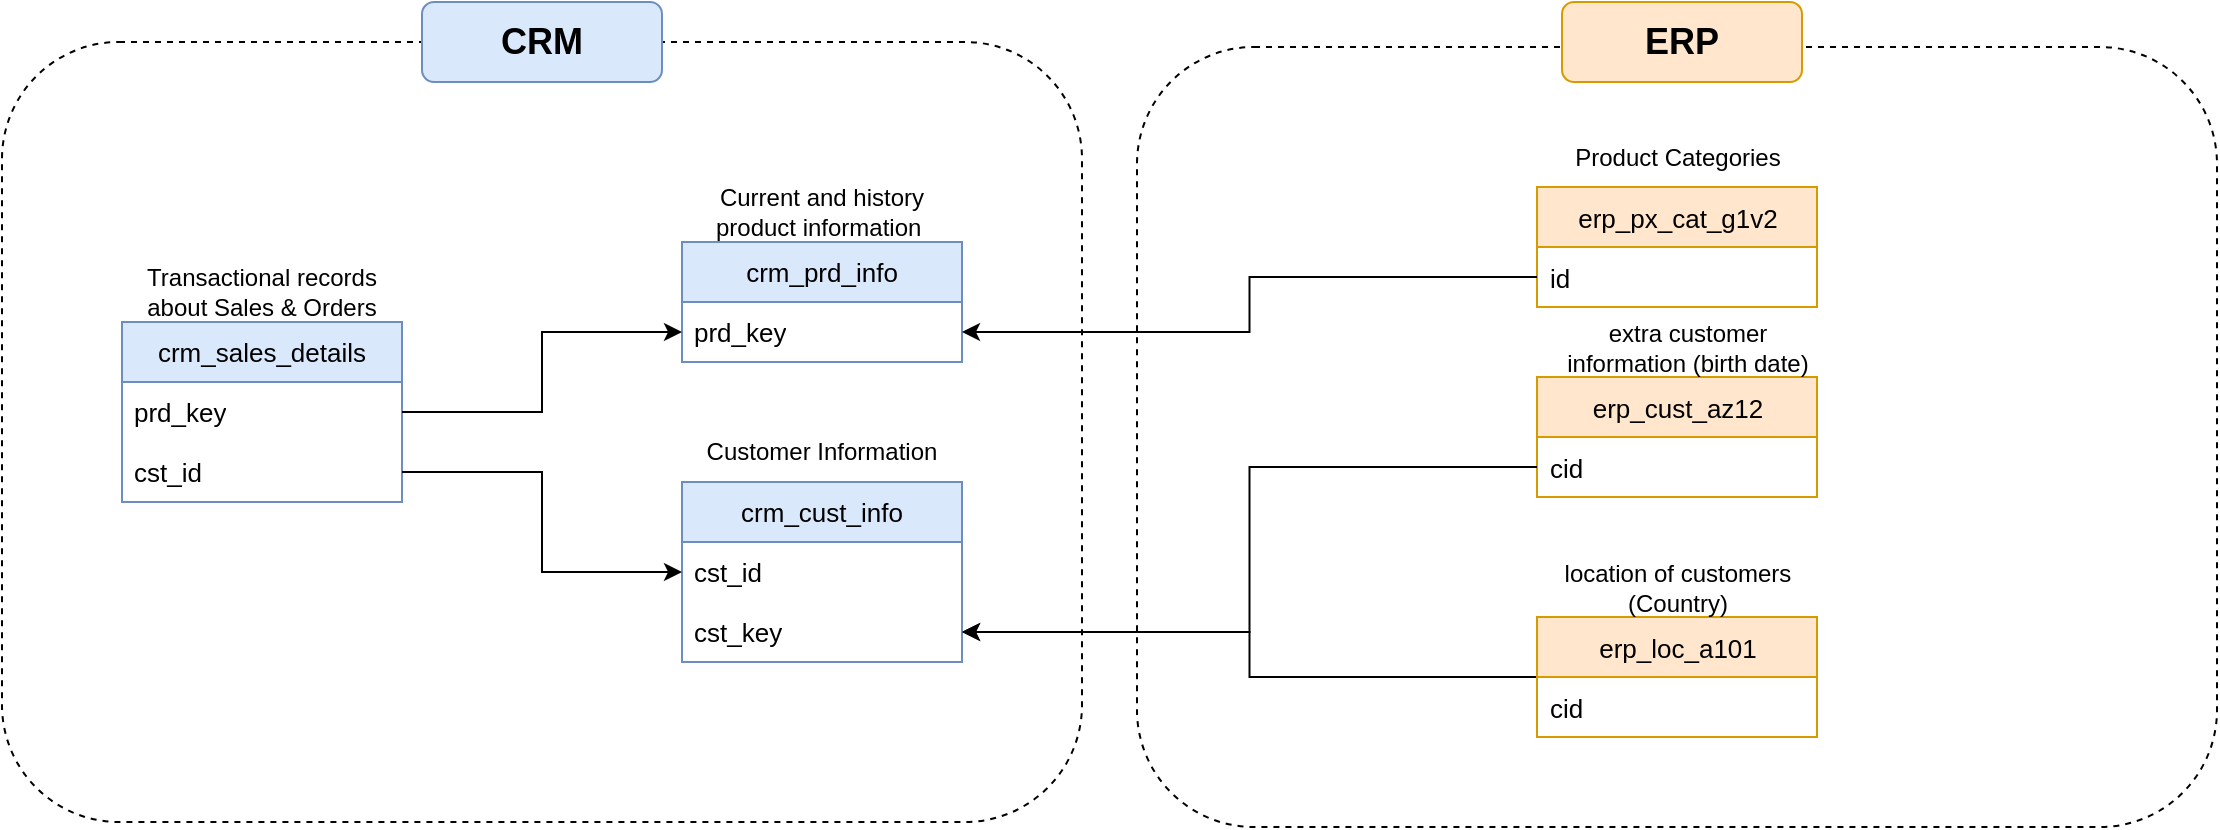
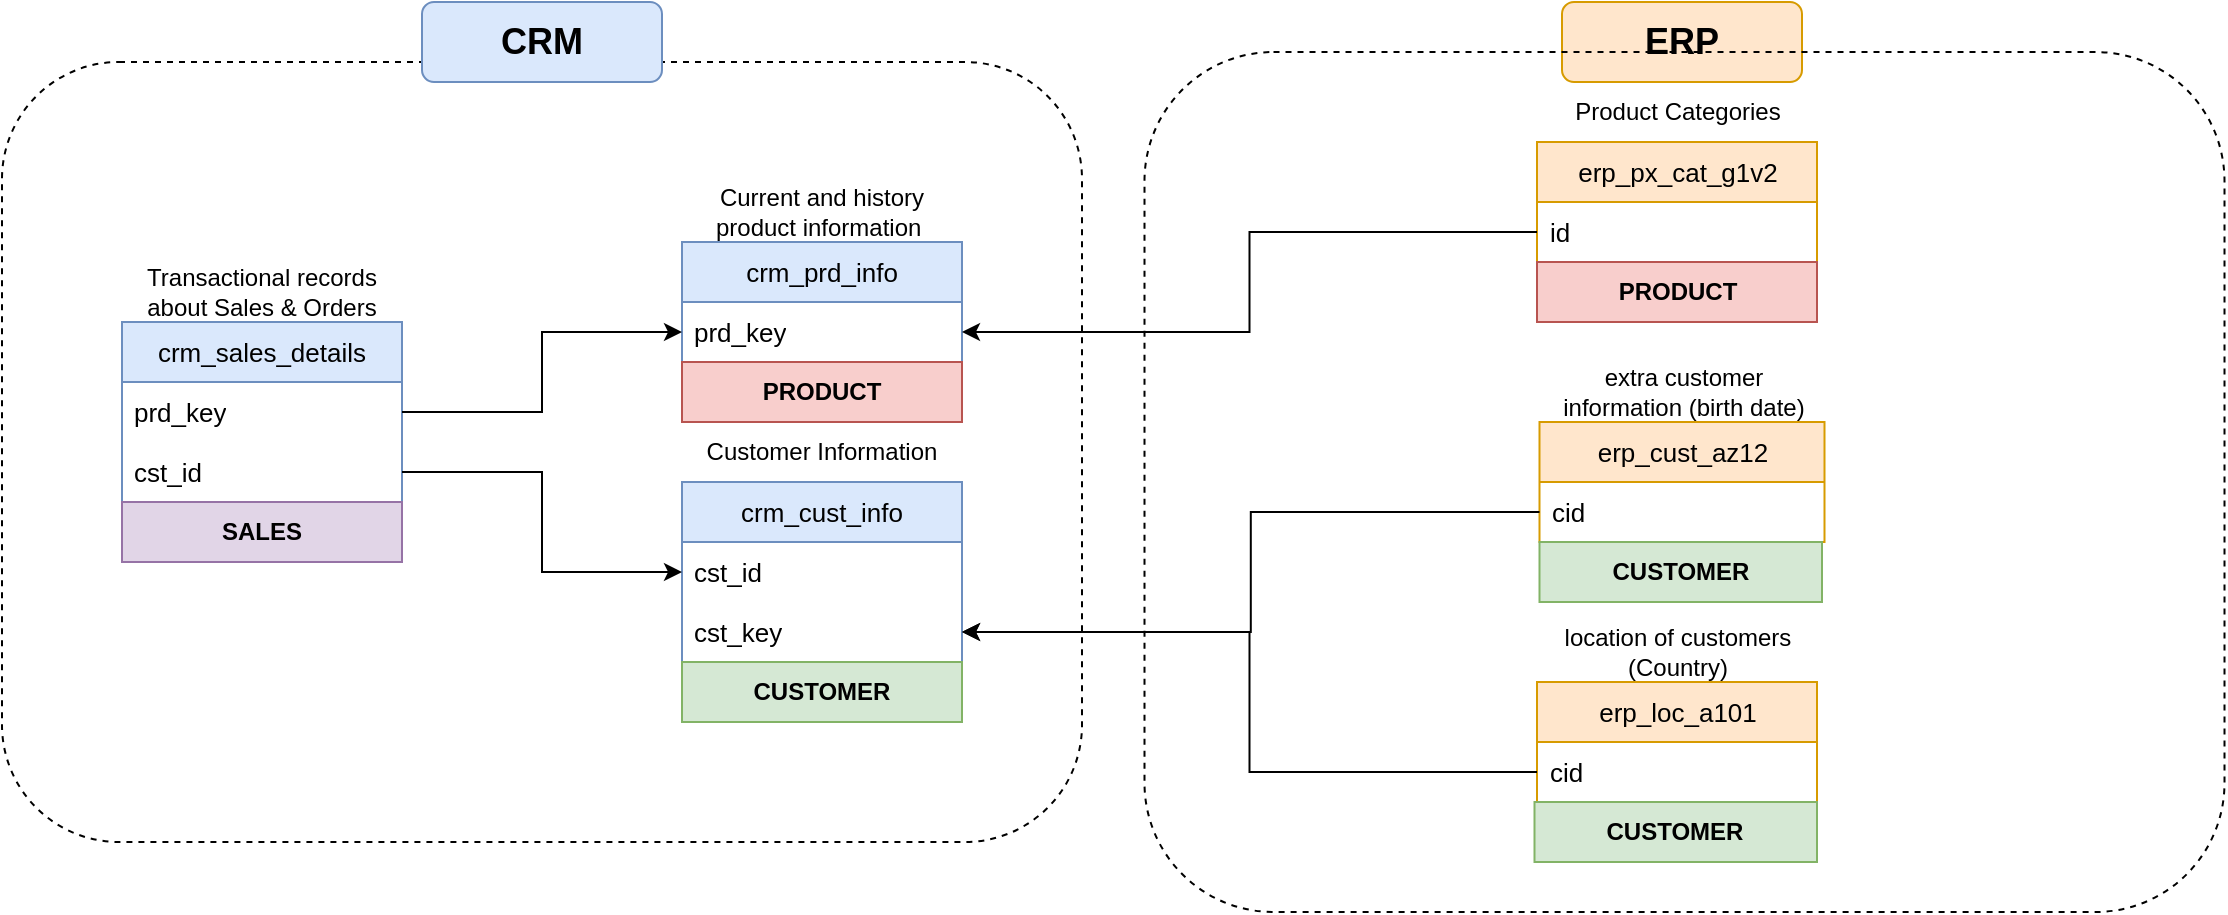
<mxfile host="app.diagrams.net">
  <diagram name="Page-1" id="aZVWyJDGjIqdu6l5evNB">
    <mxGraphModel dx="1994" dy="624" grid="1" gridSize="10" guides="1" tooltips="1" connect="1" arrows="1" fold="1" page="1" pageScale="1" pageWidth="850" pageHeight="1100" math="0" shadow="0">
      <root>
        <mxCell id="0" />
        <mxCell id="1" parent="0" />
        <mxCell id="aWTFv82TyHP9g6FK9Viu-2" parent="1" style="swimlane;fontStyle=0;childLayout=stackLayout;horizontal=1;startSize=30;horizontalStack=0;resizeParent=1;resizeParentMax=0;resizeLast=0;collapsible=1;marginBottom=0;whiteSpace=wrap;html=1;fillColor=#dae8fc;strokeColor=#6c8ebf;fontSize=13;" value="crm_cust_info" vertex="1">
          <mxGeometry height="90" width="140" x="130" y="380" as="geometry">
            <mxRectangle height="30" width="60" x="340" y="120" as="alternateBounds" />
          </mxGeometry>
        </mxCell>
        <mxCell id="aWTFv82TyHP9g6FK9Viu-3" parent="aWTFv82TyHP9g6FK9Viu-2" style="text;strokeColor=none;fillColor=none;align=left;verticalAlign=middle;spacingLeft=4;spacingRight=4;overflow=hidden;points=[[0,0.5],[1,0.5]];portConstraint=eastwest;rotatable=0;whiteSpace=wrap;html=1;fontSize=13;" value="cst_id" vertex="1">
          <mxGeometry height="30" width="140" y="30" as="geometry" />
        </mxCell>
        <mxCell id="aWTFv82TyHP9g6FK9Viu-24" parent="aWTFv82TyHP9g6FK9Viu-2" style="text;strokeColor=none;fillColor=none;align=left;verticalAlign=middle;spacingLeft=4;spacingRight=4;overflow=hidden;points=[[0,0.5],[1,0.5]];portConstraint=eastwest;rotatable=0;whiteSpace=wrap;html=1;fontSize=13;" value="cst_key" vertex="1">
          <mxGeometry height="30" width="140" y="60" as="geometry" />
        </mxCell>
        <mxCell id="aWTFv82TyHP9g6FK9Viu-6" parent="1" style="text;html=1;whiteSpace=wrap;strokeColor=none;fillColor=none;align=center;verticalAlign=middle;rounded=0;" value="Customer Information" vertex="1">
          <mxGeometry height="30" width="140" x="130" y="350" as="geometry" />
        </mxCell>
        <mxCell id="aWTFv82TyHP9g6FK9Viu-8" parent="1" style="swimlane;fontStyle=0;childLayout=stackLayout;horizontal=1;startSize=30;horizontalStack=0;resizeParent=1;resizeParentMax=0;resizeLast=0;collapsible=1;marginBottom=0;whiteSpace=wrap;html=1;fillColor=#dae8fc;strokeColor=#6c8ebf;fontSize=13;" value="crm_prd_info" vertex="1">
          <mxGeometry height="60" width="140" x="130" y="260" as="geometry">
            <mxRectangle height="30" width="60" x="340" y="120" as="alternateBounds" />
          </mxGeometry>
        </mxCell>
        <mxCell id="aWTFv82TyHP9g6FK9Viu-9" parent="aWTFv82TyHP9g6FK9Viu-8" style="text;strokeColor=none;fillColor=none;align=left;verticalAlign=middle;spacingLeft=4;spacingRight=4;overflow=hidden;points=[[0,0.5],[1,0.5]];portConstraint=eastwest;rotatable=0;whiteSpace=wrap;html=1;fontSize=13;" value="prd_key" vertex="1">
          <mxGeometry height="30" width="140" y="30" as="geometry" />
        </mxCell>
        <mxCell id="aWTFv82TyHP9g6FK9Viu-10" parent="1" style="text;html=1;whiteSpace=wrap;strokeColor=none;fillColor=none;align=center;verticalAlign=middle;rounded=0;" value="Current and history product information&amp;nbsp;" vertex="1">
          <mxGeometry height="30" width="140" x="130" y="230" as="geometry" />
        </mxCell>
        <mxCell id="aWTFv82TyHP9g6FK9Viu-12" parent="1" style="swimlane;fontStyle=0;childLayout=stackLayout;horizontal=1;startSize=30;horizontalStack=0;resizeParent=1;resizeParentMax=0;resizeLast=0;collapsible=1;marginBottom=0;whiteSpace=wrap;html=1;fillColor=#dae8fc;strokeColor=#6c8ebf;fontSize=13;" value="crm_sales_details" vertex="1">
          <mxGeometry height="90" width="140" x="-150" y="300" as="geometry">
            <mxRectangle height="30" width="60" x="340" y="120" as="alternateBounds" />
          </mxGeometry>
        </mxCell>
        <mxCell id="aWTFv82TyHP9g6FK9Viu-13" parent="aWTFv82TyHP9g6FK9Viu-12" style="text;strokeColor=none;fillColor=none;align=left;verticalAlign=middle;spacingLeft=4;spacingRight=4;overflow=hidden;points=[[0,0.5],[1,0.5]];portConstraint=eastwest;rotatable=0;whiteSpace=wrap;html=1;fontSize=13;" value="prd_key" vertex="1">
          <mxGeometry height="30" width="140" y="30" as="geometry" />
        </mxCell>
        <mxCell id="aWTFv82TyHP9g6FK9Viu-17" parent="aWTFv82TyHP9g6FK9Viu-12" style="text;strokeColor=none;fillColor=none;align=left;verticalAlign=middle;spacingLeft=4;spacingRight=4;overflow=hidden;points=[[0,0.5],[1,0.5]];portConstraint=eastwest;rotatable=0;whiteSpace=wrap;html=1;fontSize=13;" value="cst_id" vertex="1">
          <mxGeometry height="30" width="140" y="60" as="geometry" />
        </mxCell>
        <mxCell id="aWTFv82TyHP9g6FK9Viu-14" parent="1" style="text;html=1;whiteSpace=wrap;strokeColor=none;fillColor=none;align=center;verticalAlign=middle;rounded=0;" value="Transactional records about Sales &amp;amp; Orders" vertex="1">
          <mxGeometry height="30" width="140" x="-150" y="270" as="geometry" />
        </mxCell>
        <mxCell id="aWTFv82TyHP9g6FK9Viu-18" edge="1" parent="1" source="aWTFv82TyHP9g6FK9Viu-17" style="edgeStyle=orthogonalEdgeStyle;rounded=0;orthogonalLoop=1;jettySize=auto;html=1;exitX=1;exitY=0.5;exitDx=0;exitDy=0;entryX=0;entryY=0.5;entryDx=0;entryDy=0;" target="aWTFv82TyHP9g6FK9Viu-3">
          <mxGeometry relative="1" as="geometry" />
        </mxCell>
        <mxCell id="aWTFv82TyHP9g6FK9Viu-20" edge="1" parent="1" source="aWTFv82TyHP9g6FK9Viu-13" style="edgeStyle=orthogonalEdgeStyle;rounded=0;orthogonalLoop=1;jettySize=auto;html=1;" target="aWTFv82TyHP9g6FK9Viu-9">
          <mxGeometry relative="1" as="geometry" />
        </mxCell>
        <mxCell id="aWTFv82TyHP9g6FK9Viu-21" parent="1" style="swimlane;fontStyle=0;childLayout=stackLayout;horizontal=1;startSize=30;horizontalStack=0;resizeParent=1;resizeParentMax=0;resizeLast=0;collapsible=1;marginBottom=0;whiteSpace=wrap;html=1;fillColor=#ffe6cc;strokeColor=#d79b00;fontSize=13;" value="erp_cust_az12" vertex="1">
-           <mxGeometry height="60" width="140" x="557.5" y="327.5" as="geometry">
+           <mxGeometry height="60" width="142.5" x="558.75" y="350" as="geometry">
            <mxRectangle height="30" width="60" x="340" y="120" as="alternateBounds" />
          </mxGeometry>
        </mxCell>
        <mxCell id="aWTFv82TyHP9g6FK9Viu-22" parent="aWTFv82TyHP9g6FK9Viu-21" style="text;strokeColor=none;fillColor=none;align=left;verticalAlign=middle;spacingLeft=4;spacingRight=4;overflow=hidden;points=[[0,0.5],[1,0.5]];portConstraint=eastwest;rotatable=0;whiteSpace=wrap;html=1;fontSize=13;" value="cid" vertex="1">
-           <mxGeometry height="30" width="140" y="30" as="geometry" />
+           <mxGeometry height="30" width="142.5" y="30" as="geometry" />
        </mxCell>
        <mxCell id="aWTFv82TyHP9g6FK9Viu-25" edge="1" parent="1" source="aWTFv82TyHP9g6FK9Viu-22" style="edgeStyle=orthogonalEdgeStyle;rounded=0;orthogonalLoop=1;jettySize=auto;html=1;entryX=1;entryY=0.5;entryDx=0;entryDy=0;" target="aWTFv82TyHP9g6FK9Viu-24">
          <mxGeometry relative="1" as="geometry" />
        </mxCell>
-         <mxCell id="aWTFv82TyHP9g6FK9Viu-29" edge="1" parent="1" source="aWTFv82TyHP9g6FK9Viu-26" style="edgeStyle=orthogonalEdgeStyle;rounded=0;orthogonalLoop=1;jettySize=auto;html=1;entryX=1;entryY=0.5;entryDx=0;entryDy=0;" target="aWTFv82TyHP9g6FK9Viu-24">
-           <mxGeometry relative="1" as="geometry" />
-         </mxCell>
        <mxCell id="aWTFv82TyHP9g6FK9Viu-26" parent="1" style="swimlane;fontStyle=0;childLayout=stackLayout;horizontal=1;startSize=30;horizontalStack=0;resizeParent=1;resizeParentMax=0;resizeLast=0;collapsible=1;marginBottom=0;whiteSpace=wrap;html=1;fillColor=#ffe6cc;strokeColor=#d79b00;fontSize=13;" value="erp_loc_a101" vertex="1">
-           <mxGeometry height="60" width="140" x="557.5" y="447.5" as="geometry">
+           <mxGeometry height="60" width="140" x="557.5" y="480" as="geometry">
            <mxRectangle height="30" width="60" x="340" y="120" as="alternateBounds" />
          </mxGeometry>
        </mxCell>
        <mxCell id="aWTFv82TyHP9g6FK9Viu-27" parent="aWTFv82TyHP9g6FK9Viu-26" style="text;strokeColor=none;fillColor=none;align=left;verticalAlign=middle;spacingLeft=4;spacingRight=4;overflow=hidden;points=[[0,0.5],[1,0.5]];portConstraint=eastwest;rotatable=0;whiteSpace=wrap;html=1;fontSize=13;" value="cid" vertex="1">
          <mxGeometry height="30" width="140" y="30" as="geometry" />
        </mxCell>
        <mxCell id="aWTFv82TyHP9g6FK9Viu-28" parent="1" style="text;html=1;whiteSpace=wrap;strokeColor=none;fillColor=none;align=center;verticalAlign=middle;rounded=0;" value="location of customers (Country)" vertex="1">
-           <mxGeometry height="30" width="140" x="557.5" y="417.5" as="geometry" />
+           <mxGeometry height="30" width="140" x="557.5" y="450" as="geometry" />
        </mxCell>
        <mxCell id="aWTFv82TyHP9g6FK9Viu-30" parent="1" style="swimlane;fontStyle=0;childLayout=stackLayout;horizontal=1;startSize=30;horizontalStack=0;resizeParent=1;resizeParentMax=0;resizeLast=0;collapsible=1;marginBottom=0;whiteSpace=wrap;html=1;fillColor=#ffe6cc;strokeColor=#d79b00;fontSize=13;" value="erp_px_cat_g1v2" vertex="1">
-           <mxGeometry height="60" width="140" x="557.5" y="232.5" as="geometry">
+           <mxGeometry height="90" width="140" x="557.5" y="210" as="geometry">
            <mxRectangle height="30" width="60" x="340" y="120" as="alternateBounds" />
          </mxGeometry>
        </mxCell>
        <mxCell id="aWTFv82TyHP9g6FK9Viu-31" parent="aWTFv82TyHP9g6FK9Viu-30" style="text;strokeColor=none;fillColor=none;align=left;verticalAlign=middle;spacingLeft=4;spacingRight=4;overflow=hidden;points=[[0,0.5],[1,0.5]];portConstraint=eastwest;rotatable=0;whiteSpace=wrap;html=1;fontSize=13;" value="id" vertex="1">
          <mxGeometry height="30" width="140" y="30" as="geometry" />
        </mxCell>
+         <mxCell id="vyvldNjXuolbRmNA7wo2-2" parent="aWTFv82TyHP9g6FK9Viu-30" style="rounded=0;whiteSpace=wrap;html=1;fillColor=#f8cecc;strokeColor=#b85450;" value="&lt;b&gt;PRODUCT&lt;/b&gt;" vertex="1">
+           <mxGeometry height="30" width="140" y="60" as="geometry" />
+         </mxCell>
        <mxCell id="aWTFv82TyHP9g6FK9Viu-32" parent="1" style="text;html=1;whiteSpace=wrap;strokeColor=none;fillColor=none;align=center;verticalAlign=middle;rounded=0;" value="Product Categories" vertex="1">
-           <mxGeometry height="30" width="140" x="557.5" y="202.5" as="geometry" />
+           <mxGeometry height="30" width="140" x="557.5" y="180" as="geometry" />
        </mxCell>
-         <mxCell id="aWTFv82TyHP9g6FK9Viu-33" edge="1" parent="1" source="aWTFv82TyHP9g6FK9Viu-31" style="edgeStyle=orthogonalEdgeStyle;rounded=0;orthogonalLoop=1;jettySize=auto;html=1;entryX=1;entryY=0.5;entryDx=0;entryDy=0;" target="aWTFv82TyHP9g6FK9Viu-9">
-           <mxGeometry relative="1" as="geometry" />
+         <mxCell id="aWTFv82TyHP9g6FK9Viu-33" edge="1" parent="1" source="aWTFv82TyHP9g6FK9Viu-31" style="edgeStyle=orthogonalEdgeStyle;rounded=0;orthogonalLoop=1;jettySize=auto;html=1;entryX=1;entryY=0.5;entryDx=0;entryDy=0;exitX=0;exitY=0.5;exitDx=0;exitDy=0;" target="aWTFv82TyHP9g6FK9Viu-9">
+           <mxGeometry relative="1" as="geometry">
+             <mxPoint x="550" y="280" as="sourcePoint" />
+           </mxGeometry>
        </mxCell>
        <mxCell id="aWTFv82TyHP9g6FK9Viu-34" parent="1" style="rounded=1;whiteSpace=wrap;html=1;fillColor=none;dashed=1;" value="" vertex="1">
-           <mxGeometry height="390" width="540" x="-210" y="160" as="geometry" />
+           <mxGeometry height="390" width="540" x="-210" y="170" as="geometry" />
        </mxCell>
        <mxCell id="aWTFv82TyHP9g6FK9Viu-35" parent="1" style="rounded=1;whiteSpace=wrap;html=1;fillColor=#dae8fc;strokeColor=#6c8ebf;" value="&lt;font style=&quot;font-size: 18px;&quot;&gt;&lt;b&gt;CRM&lt;/b&gt;&lt;/font&gt;" vertex="1">
          <mxGeometry height="40" width="120" y="140" as="geometry" />
-         </mxCell>
-         <mxCell id="aWTFv82TyHP9g6FK9Viu-36" parent="1" style="rounded=1;whiteSpace=wrap;html=1;fillColor=none;dashed=1;" value="" vertex="1">
-           <mxGeometry height="390" width="540" x="357.5" y="162.5" as="geometry" />
        </mxCell>
        <mxCell id="aWTFv82TyHP9g6FK9Viu-37" parent="1" style="rounded=1;whiteSpace=wrap;html=1;fillColor=#ffe6cc;strokeColor=#d79b00;" value="&lt;font style=&quot;font-size: 18px;&quot;&gt;&lt;b&gt;ERP&lt;/b&gt;&lt;/font&gt;" vertex="1">
          <mxGeometry height="40" width="120" x="570" y="140" as="geometry" />
        </mxCell>
        <mxCell id="aWTFv82TyHP9g6FK9Viu-23" parent="1" style="text;html=1;whiteSpace=wrap;strokeColor=none;fillColor=none;align=center;verticalAlign=middle;rounded=0;" value="extra customer information (birth date)" vertex="1">
-           <mxGeometry height="30" width="140" x="562.5" y="297.5" as="geometry" />
+           <mxGeometry height="30" width="140" x="561.25" y="320" as="geometry" />
+         </mxCell>
+         <mxCell id="vyvldNjXuolbRmNA7wo2-1" parent="1" style="rounded=0;whiteSpace=wrap;html=1;fillColor=#f8cecc;strokeColor=#b85450;" value="&lt;b&gt;PRODUCT&lt;/b&gt;" vertex="1">
+           <mxGeometry height="30" width="140" x="130" y="320" as="geometry" />
+         </mxCell>
+         <mxCell id="aWTFv82TyHP9g6FK9Viu-36" parent="1" style="rounded=1;whiteSpace=wrap;html=1;fillColor=none;dashed=1;fontStyle=1" value="" vertex="1">
+           <mxGeometry height="430" width="540" x="361.25" y="165" as="geometry" />
+         </mxCell>
+         <mxCell id="vyvldNjXuolbRmNA7wo2-8" edge="1" parent="1" source="aWTFv82TyHP9g6FK9Viu-27" style="edgeStyle=orthogonalEdgeStyle;rounded=0;orthogonalLoop=1;jettySize=auto;html=1;" target="aWTFv82TyHP9g6FK9Viu-24">
+           <mxGeometry relative="1" as="geometry" />
+         </mxCell>
+         <mxCell id="vyvldNjXuolbRmNA7wo2-9" parent="1" style="rounded=0;whiteSpace=wrap;html=1;fillColor=#d5e8d4;strokeColor=#82b366;" value="&lt;b&gt;CUSTOMER&lt;/b&gt;" vertex="1">
+           <mxGeometry height="30" width="140" x="130" y="470" as="geometry" />
+         </mxCell>
+         <mxCell id="vyvldNjXuolbRmNA7wo2-10" parent="1" style="rounded=0;whiteSpace=wrap;html=1;fillColor=#d5e8d4;strokeColor=#82b366;" value="&lt;b&gt;CUSTOMER&lt;/b&gt;" vertex="1">
+           <mxGeometry height="30" width="141.25" x="558.75" y="410" as="geometry" />
+         </mxCell>
+         <mxCell id="vyvldNjXuolbRmNA7wo2-11" parent="1" style="rounded=0;whiteSpace=wrap;html=1;fillColor=#d5e8d4;strokeColor=#82b366;" value="&lt;b&gt;CUSTOMER&lt;/b&gt;" vertex="1">
+           <mxGeometry height="30" width="141.25" x="556.25" y="540" as="geometry" />
+         </mxCell>
+         <mxCell id="vyvldNjXuolbRmNA7wo2-12" parent="1" style="rounded=0;whiteSpace=wrap;html=1;fillColor=#e1d5e7;strokeColor=#9673a6;" value="&lt;b&gt;SALES&lt;/b&gt;" vertex="1">
+           <mxGeometry height="30" width="140" x="-150" y="390" as="geometry" />
        </mxCell>
      </root>
    </mxGraphModel>
  </diagram>
</mxfile>
